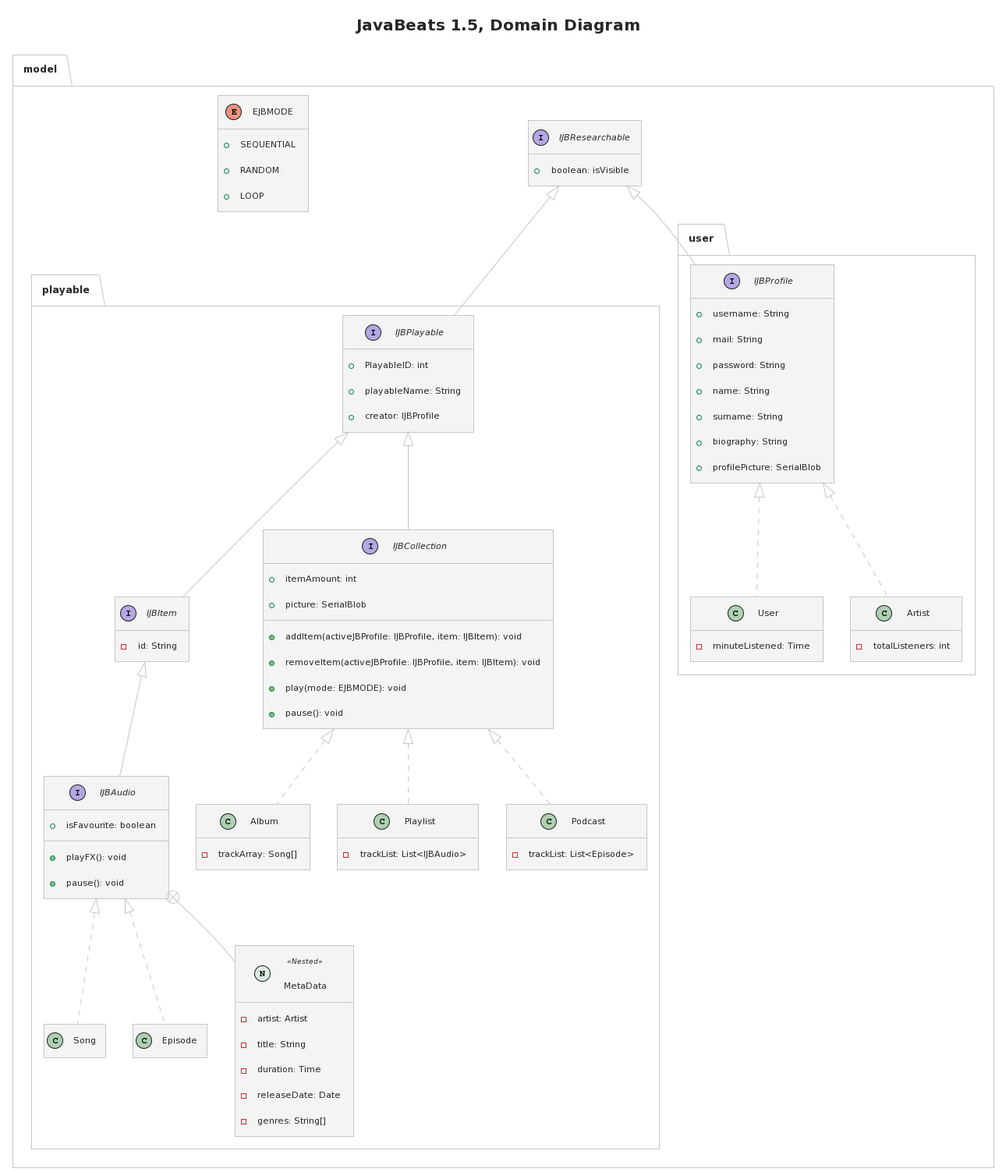
Earlier version of the PlantUML export doc/UML/UML.png (IngSW-unipv/Progetto-B24).
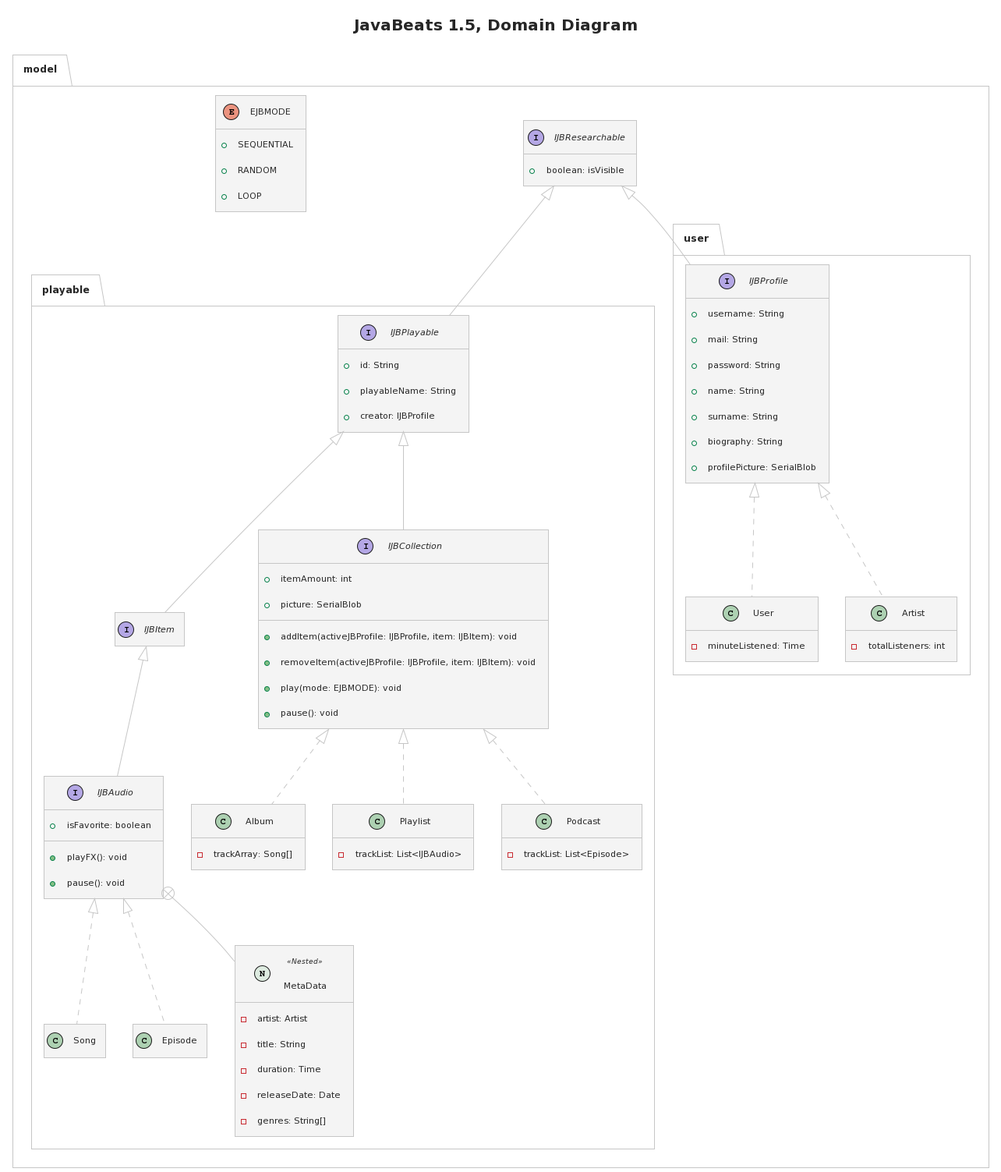
After the change.

Commit message:
@Elaborazione - Caricamento E/R aggiornato e correzioni minime dell'UML

Diff of the diagram source:
```diff
@@ -12,8 +12,6 @@
   interface IJBResearchable{
     + boolean: isVisible
   }
-
-
   enum EJBMODE{
     + SEQUENTIAL
     + RANDOM
@@ -22,17 +20,16 @@
 
   package playable{
     interface IJBPlayable implements model.IJBResearchable{
-      + PlayableID: int
+      + id: String
       + playableName: String
       + creator: IJBProfile
     }
 
     interface IJBItem extends IJBPlayable{
-      - id: String
     }
 
     interface IJBAudio extends IJBItem{
-      + isFavourite: boolean
+      + isFavorite: boolean
       + playFX(): void
       + pause(): void
     }
@@ -40,8 +37,6 @@
     class Song implements IJBAudio{
 
     }
-
-
     class Episode implements IJBAudio{
 
     }
```
